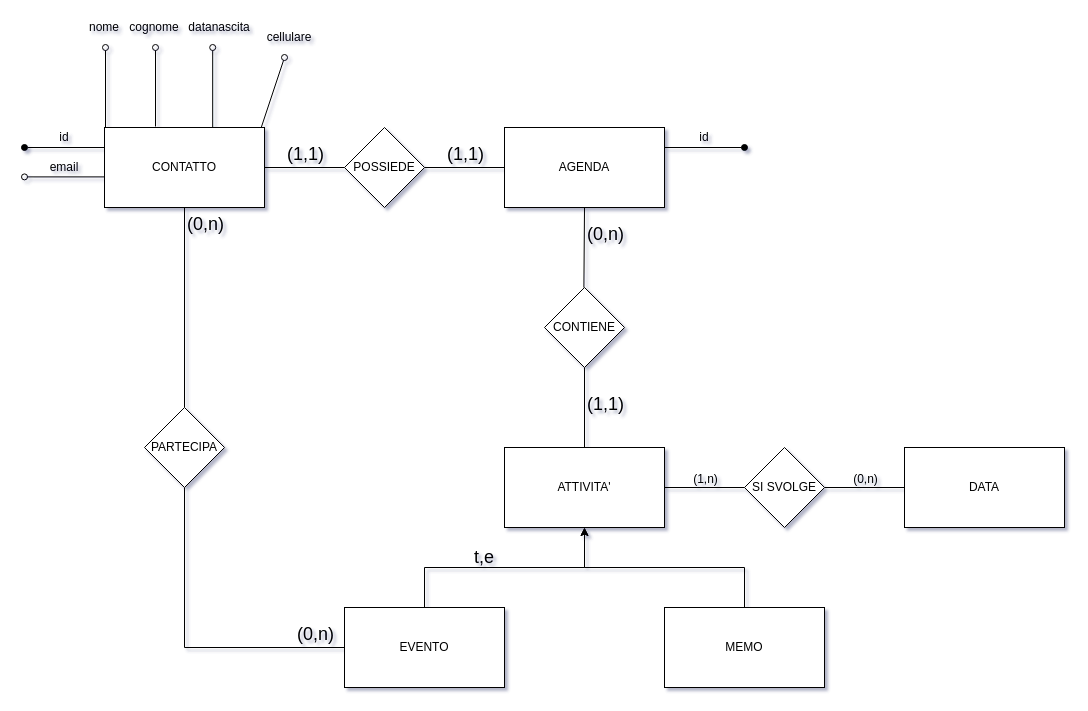
Before: Untitled Diagram.drawio in codesimo/db, a draw.io diagram. Source tidied: cells renumbered, new cells numbered last; positions are measured from the earlier drawing's top-left corner, leaving out a move shared by most shapes. Both pictures are drawn from the tidied source at 100%, with x=0, y=0 at pixel (24, 17).
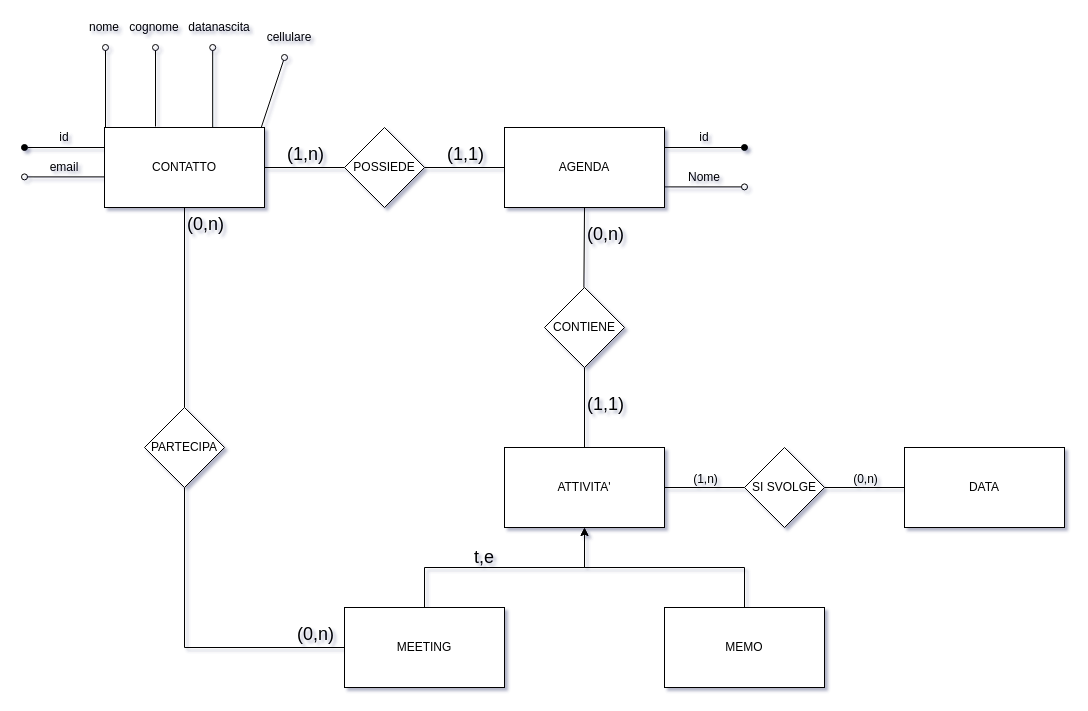
The same page after the edit.

Unchanged cells that the change refers to:
```xml
<mxCell id="11" style="endArrow=none;html=1;rounded=0;exitX=1;exitY=0.5;exitDx=0;exitDy=0;entryX=0;entryY=0.5;entryDx=0;entryDy=0;" parent="1" edge="1" source="9" target="10">
  <mxGeometry relative="1" as="geometry" />
</mxCell>
```

Change to the diagram source:
```diff
@@
-    <mxCell id="3" value="EVENTO" style="rounded=0;whiteSpace=wrap;html=1;" parent="1" vertex="1">
+    <mxCell id="3" value="MEETING" style="rounded=0;whiteSpace=wrap;html=1;" parent="1" vertex="1">
       <mxGeometry x="320" y="590" width="160" height="80" as="geometry" />
     </mxCell>
@@
-    <mxCell id="12" value="(1,1)" style="html=1;align=center;verticalAlign=bottom;fontSize=18;" parent="11" vertex="1">
+    <mxCell id="12" value="(1,n)" style="html=1;align=center;verticalAlign=bottom;fontSize=18;" parent="11" vertex="1">
       <mxGeometry x="-1" relative="1" as="geometry">
         <mxPoint x="40" as="offset" />
       </mxGeometry>
     </mxCell>
@@
+    <mxCell id="54" style="group;" parent="1" vertex="1">
+      <mxGeometry x="640" y="150" width="80" height="20" as="geometry" />
+    </mxCell>
+    <mxCell id="55" style="endArrow=none;html=1;startArrow=oval;startFill=0;" parent="54" edge="1">
+      <mxGeometry relative="1" as="geometry">
+        <mxPoint x="80" y="19.4" as="sourcePoint" />
+        <mxPoint y="19.4" as="targetPoint" />
+      </mxGeometry>
+    </mxCell>
+    <mxCell id="56" value="Nome" style="text;html=1;strokeColor=none;fillColor=none;align=center;verticalAlign=middle;whiteSpace=wrap;rounded=0;" parent="54" vertex="1">
+      <mxGeometry x="20" width="40" height="20" as="geometry" />
+    </mxCell>
```
